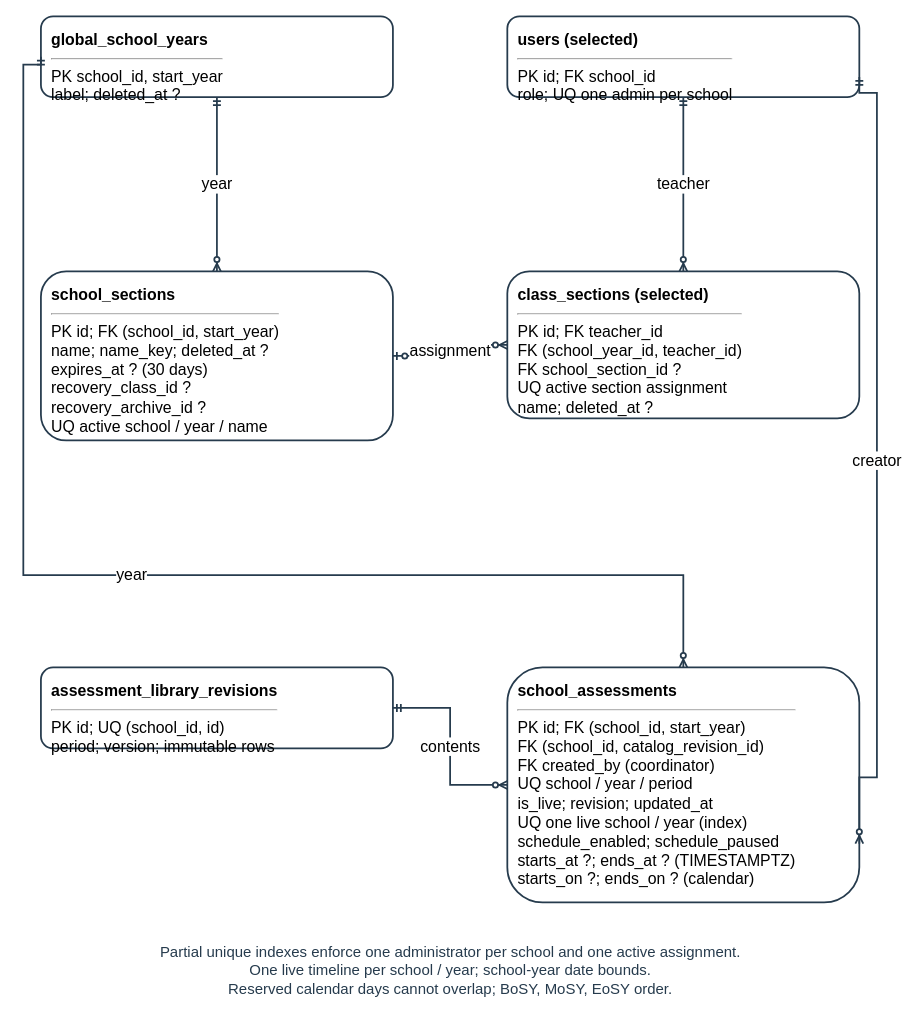
Above: docs/diagrams/class-workspaces/figure-26c-school-flow-erd.drawio in AkuSayangKamuJudaSayang/crl-app (draw.io), before the change. Source tidied: cells renumbered, new cells numbered last; positions are measured from the earlier drawing's top-left corner, leaving out a move shared by most shapes. Both pictures are drawn from the tidied source at 88%, with x=0, y=0 at pixel (23, 16).
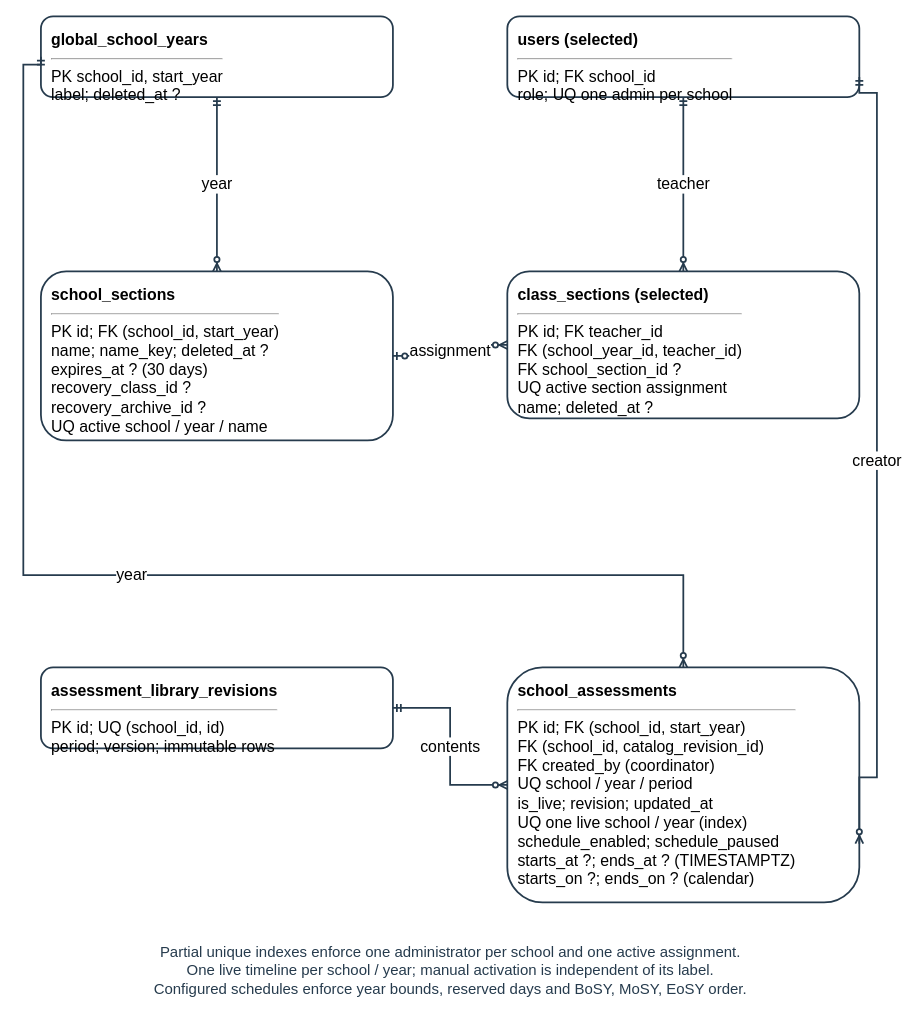
Above is the later version.

The edit, as a diff of the source:
```diff
@@
 <mxGraphModel>
   <root>
     <mxCell id="0" />
     <mxCell id="1" parent="0" />
-    <mxCell id="2" value="Partial unique indexes enforce one administrator per school and one active assignment.&lt;br&gt;One live timeline per school / year; school-year date bounds.&lt;br&gt;Reserved calendar days cannot overlap; BoSY, MoSY, EoSY order." style="text;html=1;align=center;verticalAlign=top;fontSize=17;fontColor=#263b4d;fontStyle=0;strokeColor=none;fillColor=none;" parent="1" vertex="1">
+    <mxCell id="2" value="Partial unique indexes enforce one administrator per school and one active assignment.&lt;br&gt;One live timeline per school / year; manual activation is independent of its label.&lt;br&gt;Configured schedules enforce year bounds, reserved days and BoSY, MoSY, EoSY order." style="text;html=1;align=center;verticalAlign=top;fontSize=17;fontColor=#263b4d;fontStyle=0;strokeColor=none;fillColor=none;" parent="1" vertex="1">
       <mxGeometry x="185" y="1048" width="600" height="61.2" as="geometry" />
     </mxCell>
     <mxCell id="3" value="&lt;b&gt;global_school_years&lt;/b&gt;&lt;br&gt;&lt;hr&gt;PK school_id, start_year&lt;br&gt;label; deleted_at ?" style="rounded=1;html=1;whiteSpace=wrap;fillColor=#ffffff;strokeColor=#263b4d;strokeWidth=2;align=left;verticalAlign=top;spacing=12;fontSize=18;" parent="1" vertex="1">
       <mxGeometry x="20" width="400" height="92" as="geometry" />
     </mxCell>
     <mxCell id="4" value="&lt;b&gt;users (selected)&lt;/b&gt;&lt;br&gt;&lt;hr&gt;PK id; FK school_id&lt;br&gt;role; UQ one admin per school" style="rounded=1;html=1;whiteSpace=wrap;fillColor=#ffffff;strokeColor=#263b4d;strokeWidth=2;align=left;verticalAlign=top;spacing=12;fontSize=18;" parent="1" vertex="1">
       <mxGeometry x="550" width="400" height="92" as="geometry" />
     </mxCell>
     <mxCell id="5" value="&lt;b&gt;school_sections&lt;/b&gt;&lt;br&gt;&lt;hr&gt;PK id; FK (school_id, start_year)&lt;br&gt;name; name_key; deleted_at ?&lt;br&gt;expires_at ? (30 days)&lt;br&gt;recovery_class_id ?&lt;br&gt;recovery_archive_id ?&lt;br&gt;UQ active school / year / name" style="rounded=1;html=1;whiteSpace=wrap;fillColor=#ffffff;strokeColor=#263b4d;strokeWidth=2;align=left;verticalAlign=top;spacing=12;fontSize=18;" parent="1" vertex="1">
       <mxGeometry x="20" y="290" width="400" height="192" as="geometry" />
     </mxCell>
     <mxCell id="6" value="&lt;b&gt;class_sections (selected)&lt;/b&gt;&lt;br&gt;&lt;hr&gt;PK id; FK teacher_id&lt;br&gt;FK (school_year_id, teacher_id)&lt;br&gt;FK school_section_id ?&lt;br&gt;UQ active section assignment&lt;br&gt;name; deleted_at ?" style="rounded=1;html=1;whiteSpace=wrap;fillColor=#ffffff;strokeColor=#263b4d;strokeWidth=2;align=left;verticalAlign=top;spacing=12;fontSize=18;" parent="1" vertex="1">
       <mxGeometry x="550" y="290" width="400" height="167" as="geometry" />
     </mxCell>
     <mxCell id="7" value="&lt;b&gt;assessment_library_revisions&lt;/b&gt;&lt;br&gt;&lt;hr&gt;PK id; UQ (school_id, id)&lt;br&gt;period; version; immutable rows" style="rounded=1;html=1;whiteSpace=wrap;fillColor=#ffffff;strokeColor=#263b4d;strokeWidth=2;align=left;verticalAlign=top;spacing=12;fontSize=18;" parent="1" vertex="1">
       <mxGeometry x="20" y="740" width="400" height="92" as="geometry" />
     </mxCell>
     <mxCell id="8" value="&lt;b&gt;school_assessments&lt;/b&gt;&lt;br&gt;&lt;hr&gt;PK id; FK (school_id, start_year)&lt;br&gt;FK (school_id, catalog_revision_id)&lt;br&gt;FK created_by (coordinator)&lt;br&gt;UQ school / year / period&lt;br&gt;is_live; revision; updated_at&lt;br&gt;UQ one live school / year (index)&lt;br&gt;schedule_enabled; schedule_paused&lt;br&gt;starts_at ?; ends_at ? (TIMESTAMPTZ)&lt;br&gt;starts_on ?; ends_on ? (calendar)" style="rounded=1;html=1;whiteSpace=wrap;fillColor=#ffffff;strokeColor=#263b4d;strokeWidth=2;align=left;verticalAlign=top;spacing=12;fontSize=18;" parent="1" vertex="1">
       <mxGeometry x="550" y="740" width="400" height="267" as="geometry" />
     </mxCell>
     <mxCell id="9" value="year" style="edgeStyle=orthogonalEdgeStyle;rounded=0;html=1;endArrow=none;strokeColor=#263b4d;strokeWidth=2;exitX=0.5;exitY=1;entryX=0.5;entryY=0;fontSize=18;labelBackgroundColor=#ffffff;startArrow=ERmandOne;endArrow=ERzeroToMany;" parent="1" edge="1" source="3" target="5">
       <mxGeometry relative="1" as="geometry" />
     </mxCell>
     <mxCell id="10" value="teacher" style="edgeStyle=orthogonalEdgeStyle;rounded=0;html=1;endArrow=none;strokeColor=#263b4d;strokeWidth=2;exitX=0.5;exitY=1;entryX=0.5;entryY=0;fontSize=18;labelBackgroundColor=#ffffff;startArrow=ERmandOne;endArrow=ERzeroToMany;" parent="1" edge="1" source="4" target="6">
       <mxGeometry relative="1" as="geometry" />
     </mxCell>
     <mxCell id="11" value="assignment" style="edgeStyle=orthogonalEdgeStyle;rounded=0;html=1;endArrow=none;strokeColor=#263b4d;strokeWidth=2;exitX=1;exitY=0.5;entryX=0;entryY=0.5;fontSize=18;labelBackgroundColor=#ffffff;startArrow=ERzeroToOne;endArrow=ERzeroToMany;" parent="1" edge="1" source="5" target="6">
       <mxGeometry relative="1" as="geometry" />
     </mxCell>
     <mxCell id="12" value="contents" style="edgeStyle=orthogonalEdgeStyle;rounded=0;html=1;endArrow=none;strokeColor=#263b4d;strokeWidth=2;exitX=1;exitY=0.5;entryX=0;entryY=0.5;fontSize=18;labelBackgroundColor=#ffffff;startArrow=ERmandOne;endArrow=ERzeroToMany;" parent="1" edge="1" source="7" target="8">
       <mxGeometry relative="1" as="geometry" />
     </mxCell>
     <mxCell id="13" value="year" style="edgeStyle=orthogonalEdgeStyle;rounded=0;html=1;endArrow=none;strokeColor=#263b4d;strokeWidth=2;exitX=0;exitY=0.5;entryX=0.5;entryY=0;fontSize=18;labelBackgroundColor=#ffffff;startArrow=ERmandOne;endArrow=ERzeroToMany;" parent="1" edge="1" source="3" target="8">
       <mxGeometry relative="1" as="geometry">
         <Array as="points">
           <mxPoint y="55" />
           <mxPoint y="635" />
           <mxPoint x="750" y="635" />
         </Array>
       </mxGeometry>
     </mxCell>
     <mxCell id="14" value="creator" style="edgeStyle=orthogonalEdgeStyle;rounded=0;html=1;endArrow=none;strokeColor=#263b4d;strokeWidth=2;exitX=1;exitY=0.75;entryX=1;entryY=0.75;fontSize=18;labelBackgroundColor=#ffffff;startArrow=ERmandOne;endArrow=ERzeroToMany;" parent="1" edge="1" source="4" target="8">
       <mxGeometry relative="1" as="geometry">
         <Array as="points">
           <mxPoint x="970" y="87" />
           <mxPoint x="970" y="865" />
         </Array>
       </mxGeometry>
     </mxCell>
   </root>
 </mxGraphModel>
```
